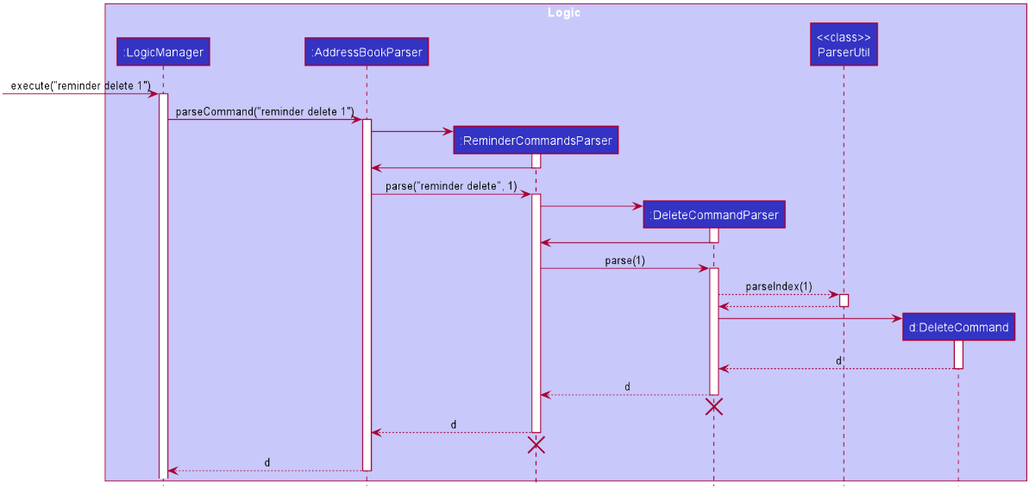
sebastiantoh/tp keeps this PlantUML diagram as docs/images/ReminderDeleteSequenceDiagram.png. Above is the earlier version. Its source is kept beside it as docs/diagrams/ReminderDeleteSequenceDiagram.puml. Its diagram source:
```plantuml
@startuml
!include style.puml

box Logic LOGIC_COLOR_T1
participant ":LogicManager" as LogicManager LOGIC_COLOR
participant ":AddressBookParser" as AddressBookParser LOGIC_COLOR
participant ":ReminderCommandsParser" as ReminderCommandsParser LOGIC_COLOR
participant ":DeleteCommandParser" as DeleteCommandParser LOGIC_COLOR
participant "<<class>>\nParserUtil" as ParserUtil LOGIC_COLOR
participant "d:DeleteCommand" as DeleteCommand LOGIC_COLOR
end box

[-> LogicManager : execute("reminder delete 1")
activate LogicManager

LogicManager -> AddressBookParser : parseCommand("reminder delete 1")
activate AddressBookParser

create ReminderCommandsParser
AddressBookParser -> ReminderCommandsParser
activate ReminderCommandsParser

ReminderCommandsParser -> AddressBookParser
deactivate ReminderCommandsParser

AddressBookParser -> ReminderCommandsParser : parse("reminder delete", 1)
activate ReminderCommandsParser

create DeleteCommandParser
ReminderCommandsParser -> DeleteCommandParser
activate DeleteCommandParser

DeleteCommandParser -> ReminderCommandsParser
deactivate DeleteCommandParser

ReminderCommandsParser -> DeleteCommandParser : parse(1)
activate DeleteCommandParser

DeleteCommandParser --> ParserUtil : parseIndex(1)
activate ParserUtil

ParserUtil --> DeleteCommandParser
deactivate ParserUtil

create DeleteCommand
DeleteCommandParser -> DeleteCommand
activate DeleteCommand

DeleteCommand --> DeleteCommandParser : d
deactivate DeleteCommand

DeleteCommandParser --> ReminderCommandsParser : d
deactivate DeleteCommandParser

DeleteCommandParser -[hidden]-> ReminderCommandsParser
destroy DeleteCommandParser

ReminderCommandsParser --> AddressBookParser : d
deactivate ReminderCommandsParser

ReminderCommandsParser -[hidden]-> AddressBookParser
destroy ReminderCommandsParser

AddressBookParser --> LogicManager : d
deactivate AddressBookParser
@enduml
```
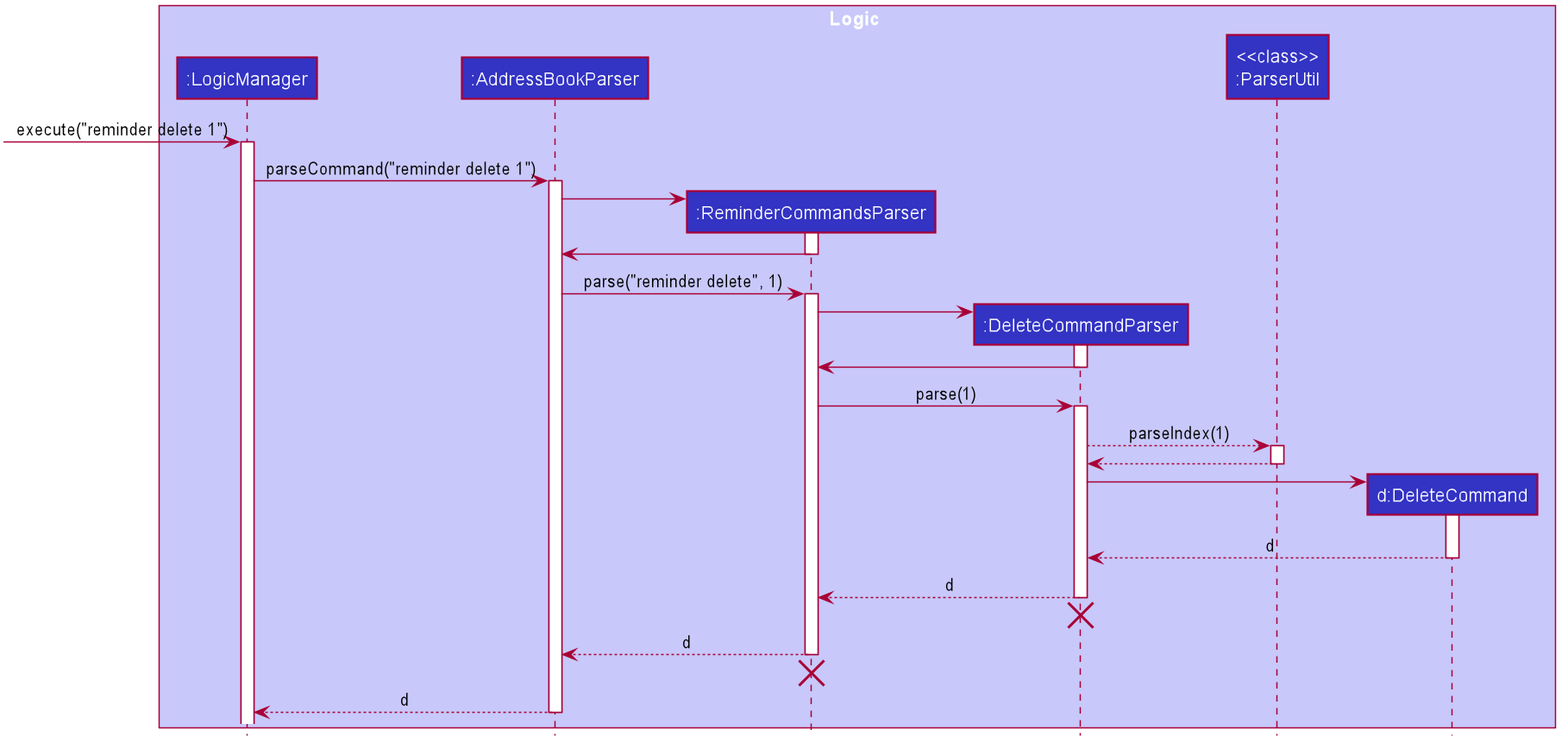
After the commit.

Commit message:
Add colon to ParserUtil

Change to the diagram source:
```diff
@@ -6,7 +6,7 @@
 participant ":AddressBookParser" as AddressBookParser LOGIC_COLOR
 participant ":ReminderCommandsParser" as ReminderCommandsParser LOGIC_COLOR
 participant ":DeleteCommandParser" as DeleteCommandParser LOGIC_COLOR
-participant "<<class>>\nParserUtil" as ParserUtil LOGIC_COLOR
+participant "<<class>>\n:ParserUtil" as ParserUtil LOGIC_COLOR
 participant "d:DeleteCommand" as DeleteCommand LOGIC_COLOR
 end box
 
```
